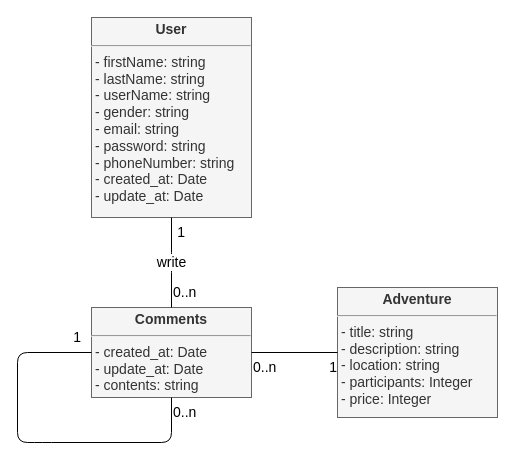
Above: fonctionnel/ms-comments-class-diagram.drawio in Ketut38/P9-wild-adventures (draw.io), before the change. Source tidied: cells renumbered, new cells numbered last; positions are measured from the earlier drawing's top-left corner, leaving out a move shared by most shapes. Both pictures are drawn from the tidied source at 100%, with x=0, y=0 at pixel (17, 17).
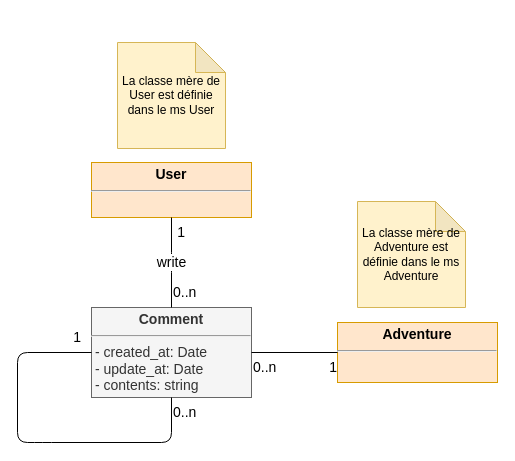
The same page after the edit.

What changed in the source:
```diff
@@
-    <mxCell id="2" value="&lt;p style=&quot;margin: 4px 0px 0px ; text-align: center ; font-size: 14px&quot;&gt;&lt;b style=&quot;font-size: 14px&quot;&gt;&lt;font style=&quot;font-size: 14px&quot;&gt;Adventure&lt;/font&gt;&lt;/b&gt;&lt;/p&gt;&lt;hr style=&quot;font-size: 14px&quot;&gt;&lt;p style=&quot;margin: 0px 0px 0px 4px ; font-size: 14px&quot;&gt;&lt;span style=&quot;font-size: 14px&quot;&gt;- title: string&lt;/span&gt;&lt;br style=&quot;font-size: 14px&quot;&gt;&lt;/p&gt;&lt;p style=&quot;margin: 0px 0px 0px 4px ; font-size: 14px&quot;&gt;&lt;font style=&quot;font-size: 14px&quot;&gt;- description: string&lt;br style=&quot;font-size: 14px&quot;&gt;&lt;/font&gt;&lt;/p&gt;&lt;p style=&quot;margin: 0px 0px 0px 4px ; font-size: 14px&quot;&gt;&lt;font style=&quot;font-size: 14px&quot;&gt;- location: string&lt;/font&gt;&lt;/p&gt;&lt;p style=&quot;margin: 0px 0px 0px 4px ; font-size: 14px&quot;&gt;&lt;font style=&quot;font-size: 14px&quot;&gt;- participants: Integer&lt;br style=&quot;font-size: 14px&quot;&gt;&lt;/font&gt;&lt;/p&gt;&lt;p style=&quot;margin: 0px 0px 0px 4px ; font-size: 14px&quot;&gt;&lt;font style=&quot;font-size: 14px&quot;&gt;- price: Integer&lt;/font&gt;&lt;/p&gt;" style="verticalAlign=top;align=left;overflow=fill;fontSize=14;fontFamily=Helvetica;html=1;fillColor=#f5f5f5;strokeColor=#666666;fontColor=#333333;" parent="1" vertex="1">
-      <mxGeometry x="320" y="270" width="160" height="130" as="geometry" />
+    <mxCell id="2" value="&lt;p style=&quot;margin: 4px 0px 0px ; text-align: center ; font-size: 14px&quot;&gt;&lt;b style=&quot;font-size: 14px&quot;&gt;&lt;font style=&quot;font-size: 14px&quot;&gt;Adventure&lt;/font&gt;&lt;/b&gt;&lt;/p&gt;&lt;hr style=&quot;font-size: 14px&quot;&gt;&lt;p style=&quot;margin: 0px 0px 0px 4px ; font-size: 14px&quot;&gt;&lt;br&gt;&lt;/p&gt;" style="verticalAlign=top;align=left;overflow=fill;fontSize=14;fontFamily=Helvetica;html=1;fillColor=#ffe6cc;strokeColor=#d79b00;" parent="1" vertex="1">
+      <mxGeometry x="320" y="305" width="160" height="60" as="geometry" />
     </mxCell>
-    <mxCell id="3" value="&lt;p style=&quot;margin: 4px 0px 0px; text-align: center; font-size: 14px;&quot;&gt;&lt;b style=&quot;font-size: 14px;&quot;&gt;&lt;font style=&quot;font-size: 14px;&quot;&gt;Comments&lt;/font&gt;&lt;/b&gt;&lt;/p&gt;&lt;hr style=&quot;font-size: 14px;&quot;&gt;&lt;p style=&quot;margin: 0px 0px 0px 4px; font-size: 14px;&quot;&gt;- created_at: Date&lt;/p&gt;&lt;p style=&quot;margin: 0px 0px 0px 4px; font-size: 14px;&quot;&gt;&lt;span style=&quot;font-size: 14px;&quot;&gt;- update_at: Date&lt;/span&gt;&lt;/p&gt;&lt;p style=&quot;margin: 0px 0px 0px 4px; font-size: 14px;&quot;&gt;&lt;span style=&quot;font-size: 14px;&quot;&gt;- contents: string&lt;/span&gt;&lt;br style=&quot;font-size: 14px;&quot;&gt;&lt;/p&gt;" style="verticalAlign=top;align=left;overflow=fill;fontSize=14;fontFamily=Helvetica;html=1;fillColor=#f5f5f5;strokeColor=#666666;fontColor=#333333;" parent="1" vertex="1">
+    <mxCell id="3" value="&lt;p style=&quot;margin: 4px 0px 0px ; text-align: center ; font-size: 14px&quot;&gt;&lt;b style=&quot;font-size: 14px&quot;&gt;&lt;font style=&quot;font-size: 14px&quot;&gt;Comment&lt;/font&gt;&lt;/b&gt;&lt;/p&gt;&lt;hr style=&quot;font-size: 14px&quot;&gt;&lt;p style=&quot;margin: 0px 0px 0px 4px ; font-size: 14px&quot;&gt;- created_at: Date&lt;/p&gt;&lt;p style=&quot;margin: 0px 0px 0px 4px ; font-size: 14px&quot;&gt;&lt;span style=&quot;font-size: 14px&quot;&gt;- update_at: Date&lt;/span&gt;&lt;/p&gt;&lt;p style=&quot;margin: 0px 0px 0px 4px ; font-size: 14px&quot;&gt;&lt;span style=&quot;font-size: 14px&quot;&gt;- contents: string&lt;/span&gt;&lt;br style=&quot;font-size: 14px&quot;&gt;&lt;/p&gt;" style="verticalAlign=top;align=left;overflow=fill;fontSize=14;fontFamily=Helvetica;html=1;fillColor=#f5f5f5;strokeColor=#666666;fontColor=#333333;" parent="1" vertex="1">
       <mxGeometry x="74" y="290" width="160" height="90" as="geometry" />
     </mxCell>
@@
-    <mxCell id="8" value="&lt;p style=&quot;margin: 4px 0px 0px ; text-align: center ; font-size: 14px&quot;&gt;&lt;b style=&quot;font-size: 14px&quot;&gt;&lt;font style=&quot;font-size: 14px&quot;&gt;User&lt;/font&gt;&lt;/b&gt;&lt;/p&gt;&lt;hr style=&quot;font-size: 14px&quot;&gt;&lt;p style=&quot;margin: 0px 0px 0px 4px ; font-size: 14px&quot;&gt;&lt;span style=&quot;font-size: 14px&quot;&gt;- firstName: string&lt;/span&gt;&lt;br style=&quot;font-size: 14px&quot;&gt;&lt;/p&gt;&lt;p style=&quot;margin: 0px 0px 0px 4px ; font-size: 14px&quot;&gt;&lt;font style=&quot;font-size: 14px&quot;&gt;- lastName: string&lt;br style=&quot;font-size: 14px&quot;&gt;&lt;/font&gt;&lt;/p&gt;&lt;p style=&quot;margin: 0px 0px 0px 4px ; font-size: 14px&quot;&gt;&lt;font style=&quot;font-size: 14px&quot;&gt;- userName: string&lt;/font&gt;&lt;/p&gt;&lt;p style=&quot;margin: 0px 0px 0px 4px ; font-size: 14px&quot;&gt;&lt;font style=&quot;font-size: 14px&quot;&gt;- gender: string&lt;/font&gt;&lt;/p&gt;&lt;p style=&quot;margin: 0px 0px 0px 4px ; font-size: 14px&quot;&gt;&lt;font style=&quot;font-size: 14px&quot;&gt;- email: string&lt;/font&gt;&lt;/p&gt;&lt;p style=&quot;margin: 0px 0px 0px 4px ; font-size: 14px&quot;&gt;&lt;font style=&quot;font-size: 14px&quot;&gt;- password: string&lt;/font&gt;&lt;/p&gt;&lt;p style=&quot;margin: 0px 0px 0px 4px ; font-size: 14px&quot;&gt;&lt;font style=&quot;font-size: 14px&quot;&gt;- phoneNumber: string&lt;/font&gt;&lt;/p&gt;&lt;p style=&quot;margin: 0px 0px 0px 4px ; font-size: 14px&quot;&gt;&lt;font style=&quot;font-size: 14px&quot;&gt;- created_at: Date&lt;/font&gt;&lt;/p&gt;&lt;p style=&quot;margin: 0px 0px 0px 4px ; font-size: 14px&quot;&gt;&lt;font style=&quot;font-size: 14px&quot;&gt;- update_at: Date&lt;/font&gt;&lt;/p&gt;&lt;p style=&quot;margin: 0px 0px 0px 4px ; font-size: 14px&quot;&gt;&lt;br style=&quot;font-size: 14px&quot;&gt;&lt;/p&gt;" style="verticalAlign=top;align=left;overflow=fill;fontSize=14;fontFamily=Helvetica;html=1;fillColor=#f5f5f5;strokeColor=#666666;fontColor=#333333;" parent="1" vertex="1">
-      <mxGeometry x="74" width="160" height="200" as="geometry" />
+    <mxCell id="8" value="&lt;p style=&quot;margin: 4px 0px 0px ; text-align: center ; font-size: 14px&quot;&gt;&lt;b style=&quot;font-size: 14px&quot;&gt;&lt;font style=&quot;font-size: 14px&quot;&gt;User&lt;/font&gt;&lt;/b&gt;&lt;/p&gt;&lt;hr style=&quot;font-size: 14px&quot;&gt;&lt;p style=&quot;margin: 0px 0px 0px 4px ; font-size: 14px&quot;&gt;&lt;br&gt;&lt;/p&gt;&lt;p style=&quot;margin: 0px 0px 0px 4px ; font-size: 14px&quot;&gt;&lt;br style=&quot;font-size: 14px&quot;&gt;&lt;/p&gt;" style="verticalAlign=top;align=left;overflow=fill;fontSize=14;fontFamily=Helvetica;html=1;fillColor=#ffe6cc;strokeColor=#d79b00;" parent="1" vertex="1">
+      <mxGeometry x="74" y="145" width="160" height="55" as="geometry" />
     </mxCell>
@@
+    <mxCell id="14" value="La classe mère de User est définie dans le ms User" style="shape=note;whiteSpace=wrap;html=1;backgroundOutline=1;darkOpacity=0.05;fillColor=#fff2cc;strokeColor=#d6b656;" parent="1" vertex="1">
+      <mxGeometry x="100" y="25" width="108" height="106" as="geometry" />
+    </mxCell>
+    <mxCell id="15" value="La classe mère de Adventure est définie dans le ms Adventure" style="shape=note;whiteSpace=wrap;html=1;backgroundOutline=1;darkOpacity=0.05;fillColor=#fff2cc;strokeColor=#d6b656;" parent="1" vertex="1">
+      <mxGeometry x="340" y="184" width="108" height="106" as="geometry" />
+    </mxCell>
```
